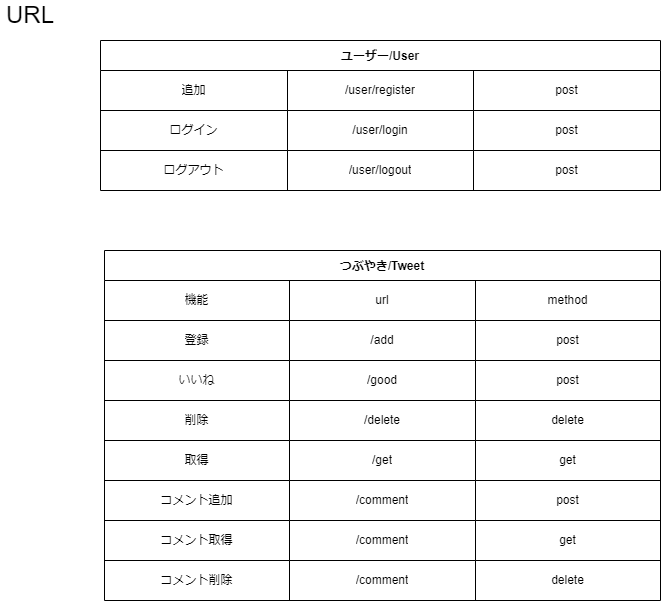
Before: 設計/URL.drawio.png, a diagram exported from draw.io (junnichi-tajima/SNS_test). Source tidied: cells renumbered, new cells last; positions are measured from the earlier drawing's top-left corner, leaving out a move shared by most shapes.
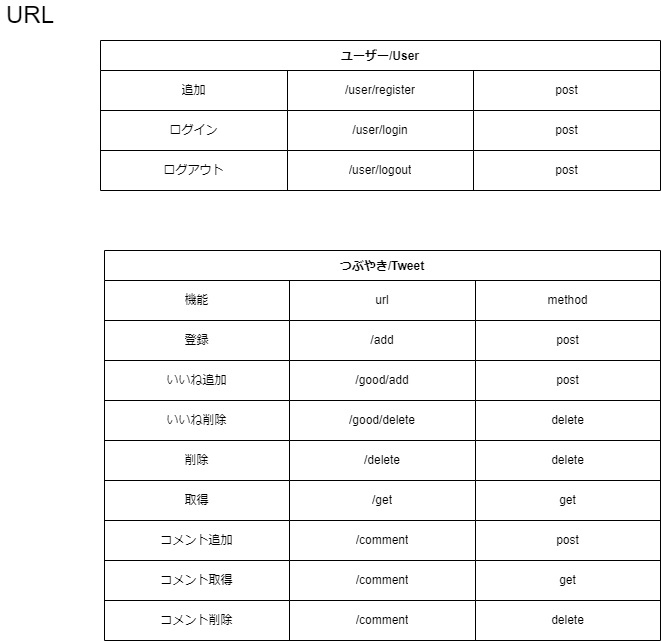
The same diagram one commit later.

Commit message:
いいね削除を追加

Change to the diagram source:
```diff
@@ -3,46 +3,58 @@
     <mxCell id="0" />
     <mxCell id="1" parent="0" />
     <mxCell id="2" value="つぶやき/Tweet" style="shape=table;startSize=30;fontStyle=1;align=center;" parent="1" vertex="1">
-      <mxGeometry x="104" y="250" width="556" height="350" as="geometry" />
+      <mxGeometry x="104" y="250" width="556" height="390" as="geometry" />
     </mxCell>
+    <mxCell id="49" style="shape=partialRectangle;html=1;whiteSpace=wrap;fillColor=none;top=0;left=0;bottom=0;right=0;" parent="2" vertex="1">
+      <mxGeometry y="30" width="556" height="40" as="geometry" />
+    </mxCell>
+    <mxCell id="50" value="機能" style="shape=partialRectangle;html=1;whiteSpace=wrap;fillColor=none;top=0;left=0;bottom=0;right=0;overflow=hidden;" parent="49" vertex="1">
+      <mxGeometry width="185" height="40" as="geometry" />
+    </mxCell>
+    <mxCell id="51" value="url" style="shape=partialRectangle;html=1;whiteSpace=wrap;fillColor=none;top=0;left=0;bottom=0;right=0;overflow=hidden;" parent="49" vertex="1">
+      <mxGeometry x="185" width="186" height="40" as="geometry" />
+    </mxCell>
+    <mxCell id="52" value="method" style="shape=partialRectangle;html=1;whiteSpace=wrap;fillColor=none;top=0;left=0;bottom=0;right=0;overflow=hidden;" parent="49" vertex="1">
+      <mxGeometry x="371" width="185" height="40" as="geometry" />
+    </mxCell>
     <mxCell id="3" style="shape=partialRectangle;html=1;whiteSpace=wrap;fillColor=none;top=0;left=0;bottom=0;right=0;" parent="2" vertex="1">
-      <mxGeometry y="30" width="556" height="40" as="geometry" />
+      <mxGeometry y="70" width="556" height="40" as="geometry" />
     </mxCell>
-    <mxCell id="4" value="機能" style="shape=partialRectangle;html=1;whiteSpace=wrap;fillColor=none;top=0;left=0;bottom=0;right=0;overflow=hidden;" parent="3" vertex="1">
+    <mxCell id="4" value="登録" style="shape=partialRectangle;html=1;whiteSpace=wrap;fillColor=none;top=0;left=0;bottom=0;right=0;overflow=hidden;" parent="3" vertex="1">
       <mxGeometry width="185" height="40" as="geometry" />
     </mxCell>
-    <mxCell id="5" value="url" style="shape=partialRectangle;html=1;whiteSpace=wrap;fillColor=none;top=0;left=0;bottom=0;right=0;overflow=hidden;" parent="3" vertex="1">
+    <mxCell id="5" value="/add" style="shape=partialRectangle;html=1;whiteSpace=wrap;fillColor=none;top=0;left=0;bottom=0;right=0;overflow=hidden;" parent="3" vertex="1">
       <mxGeometry x="185" width="186" height="40" as="geometry" />
     </mxCell>
-    <mxCell id="6" value="method" style="shape=partialRectangle;html=1;whiteSpace=wrap;fillColor=none;top=0;left=0;bottom=0;right=0;overflow=hidden;" parent="3" vertex="1">
+    <mxCell id="6" value="post" style="shape=partialRectangle;html=1;whiteSpace=wrap;fillColor=none;top=0;left=0;bottom=0;right=0;overflow=hidden;" parent="3" vertex="1">
       <mxGeometry x="371" width="185" height="40" as="geometry" />
     </mxCell>
     <mxCell id="7" style="shape=partialRectangle;html=1;whiteSpace=wrap;fillColor=none;top=0;left=0;bottom=0;right=0;" parent="2" vertex="1">
-      <mxGeometry y="70" width="556" height="40" as="geometry" />
+      <mxGeometry y="110" width="556" height="40" as="geometry" />
     </mxCell>
-    <mxCell id="8" value="登録" style="shape=partialRectangle;html=1;whiteSpace=wrap;fillColor=none;top=0;left=0;bottom=0;right=0;overflow=hidden;" parent="7" vertex="1">
+    <mxCell id="8" value="いいね追加" style="shape=partialRectangle;html=1;whiteSpace=wrap;fillColor=none;top=0;left=0;bottom=0;right=0;overflow=hidden;" parent="7" vertex="1">
       <mxGeometry width="185" height="40" as="geometry" />
     </mxCell>
-    <mxCell id="9" value="/add" style="shape=partialRectangle;html=1;whiteSpace=wrap;fillColor=none;top=0;left=0;bottom=0;right=0;overflow=hidden;" parent="7" vertex="1">
+    <mxCell id="9" value="/good/add" style="shape=partialRectangle;html=1;whiteSpace=wrap;fillColor=none;top=0;left=0;bottom=0;right=0;overflow=hidden;" parent="7" vertex="1">
       <mxGeometry x="185" width="186" height="40" as="geometry" />
     </mxCell>
     <mxCell id="10" value="post" style="shape=partialRectangle;html=1;whiteSpace=wrap;fillColor=none;top=0;left=0;bottom=0;right=0;overflow=hidden;" parent="7" vertex="1">
       <mxGeometry x="371" width="185" height="40" as="geometry" />
     </mxCell>
     <mxCell id="11" style="shape=partialRectangle;html=1;whiteSpace=wrap;fillColor=none;top=0;left=0;bottom=0;right=0;" parent="2" vertex="1">
-      <mxGeometry y="110" width="556" height="40" as="geometry" />
+      <mxGeometry y="150" width="556" height="40" as="geometry" />
     </mxCell>
-    <mxCell id="12" value="いいね" style="shape=partialRectangle;html=1;whiteSpace=wrap;fillColor=none;top=0;left=0;bottom=0;right=0;overflow=hidden;" parent="11" vertex="1">
+    <mxCell id="12" value="いいね削除" style="shape=partialRectangle;html=1;whiteSpace=wrap;fillColor=none;top=0;left=0;bottom=0;right=0;overflow=hidden;" parent="11" vertex="1">
       <mxGeometry width="185" height="40" as="geometry" />
     </mxCell>
-    <mxCell id="13" value="/good" style="shape=partialRectangle;html=1;whiteSpace=wrap;fillColor=none;top=0;left=0;bottom=0;right=0;overflow=hidden;" parent="11" vertex="1">
+    <mxCell id="13" value="/good/delete" style="shape=partialRectangle;html=1;whiteSpace=wrap;fillColor=none;top=0;left=0;bottom=0;right=0;overflow=hidden;" parent="11" vertex="1">
       <mxGeometry x="185" width="186" height="40" as="geometry" />
     </mxCell>
-    <mxCell id="14" value="post" style="shape=partialRectangle;html=1;whiteSpace=wrap;fillColor=none;top=0;left=0;bottom=0;right=0;overflow=hidden;" parent="11" vertex="1">
+    <mxCell id="14" value="delete" style="shape=partialRectangle;html=1;whiteSpace=wrap;fillColor=none;top=0;left=0;bottom=0;right=0;overflow=hidden;" parent="11" vertex="1">
       <mxGeometry x="371" width="185" height="40" as="geometry" />
     </mxCell>
     <mxCell id="15" style="shape=partialRectangle;html=1;whiteSpace=wrap;fillColor=none;top=0;left=0;bottom=0;right=0;" parent="2" vertex="1">
-      <mxGeometry y="150" width="556" height="40" as="geometry" />
+      <mxGeometry y="190" width="556" height="40" as="geometry" />
     </mxCell>
     <mxCell id="16" value="削除" style="shape=partialRectangle;html=1;whiteSpace=wrap;fillColor=none;top=0;left=0;bottom=0;right=0;overflow=hidden;" parent="15" vertex="1">
       <mxGeometry width="185" height="40" as="geometry" />
@@ -54,7 +66,7 @@
       <mxGeometry x="371" width="185" height="40" as="geometry" />
     </mxCell>
     <mxCell id="19" style="shape=partialRectangle;html=1;whiteSpace=wrap;fillColor=none;top=0;left=0;bottom=0;right=0;" parent="2" vertex="1">
-      <mxGeometry y="190" width="556" height="40" as="geometry" />
+      <mxGeometry y="230" width="556" height="40" as="geometry" />
     </mxCell>
     <mxCell id="20" value="取得" style="shape=partialRectangle;html=1;whiteSpace=wrap;fillColor=none;top=0;left=0;bottom=0;right=0;overflow=hidden;" parent="19" vertex="1">
       <mxGeometry width="185" height="40" as="geometry" />
@@ -66,7 +78,7 @@
       <mxGeometry x="371" width="185" height="40" as="geometry" />
     </mxCell>
     <mxCell id="23" style="shape=partialRectangle;html=1;whiteSpace=wrap;fillColor=none;top=0;left=0;bottom=0;right=0;" parent="2" vertex="1">
-      <mxGeometry y="230" width="556" height="40" as="geometry" />
+      <mxGeometry y="270" width="556" height="40" as="geometry" />
     </mxCell>
     <mxCell id="24" value="コメント追加" style="shape=partialRectangle;html=1;whiteSpace=wrap;fillColor=none;top=0;left=0;bottom=0;right=0;overflow=hidden;" parent="23" vertex="1">
       <mxGeometry width="185" height="40" as="geometry" />
@@ -78,7 +90,7 @@
       <mxGeometry x="371" width="185" height="40" as="geometry" />
     </mxCell>
     <mxCell id="27" style="shape=partialRectangle;html=1;whiteSpace=wrap;fillColor=none;top=0;left=0;bottom=0;right=0;" parent="2" vertex="1">
-      <mxGeometry y="270" width="556" height="40" as="geometry" />
+      <mxGeometry y="310" width="556" height="40" as="geometry" />
     </mxCell>
     <mxCell id="28" value="コメント取得" style="shape=partialRectangle;html=1;whiteSpace=wrap;fillColor=none;top=0;left=0;bottom=0;right=0;overflow=hidden;" parent="27" vertex="1">
       <mxGeometry width="185" height="40" as="geometry" />
@@ -90,7 +102,7 @@
       <mxGeometry x="371" width="185" height="40" as="geometry" />
     </mxCell>
     <mxCell id="31" style="shape=partialRectangle;html=1;whiteSpace=wrap;fillColor=none;top=0;left=0;bottom=0;right=0;" parent="2" vertex="1">
-      <mxGeometry y="310" width="556" height="40" as="geometry" />
+      <mxGeometry y="350" width="556" height="40" as="geometry" />
     </mxCell>
     <mxCell id="32" value="コメント削除" style="shape=partialRectangle;html=1;whiteSpace=wrap;fillColor=none;top=0;left=0;bottom=0;right=0;overflow=hidden;" parent="31" vertex="1">
       <mxGeometry width="185" height="40" as="geometry" />
```
